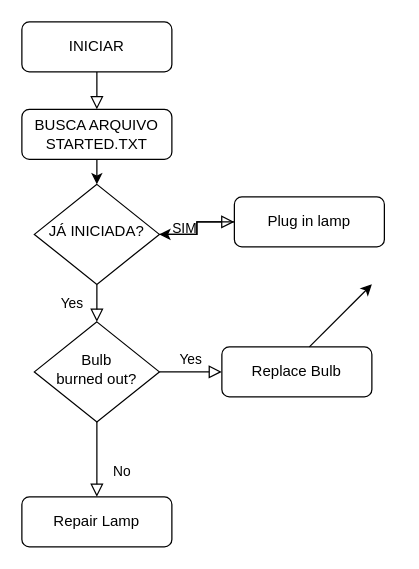
The draw.io diagram fluxograma.drawio in mvrinaldi/fermentador, before the edit. Source tidied: cells renumbered, new cells numbered last; positions are measured from the earlier drawing's top-left corner, leaving out a move shared by most shapes. Both pictures are drawn from the tidied source at 125%, with x=0, y=0 at pixel (21, 21).
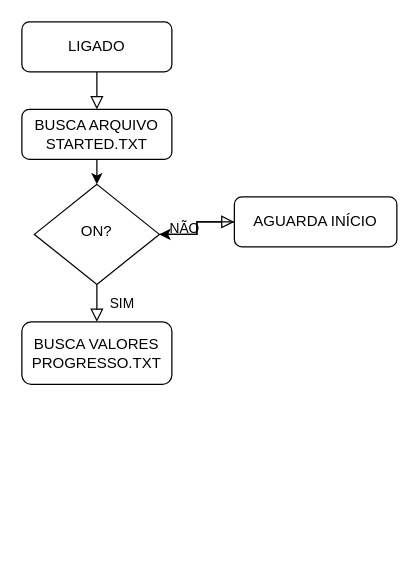
After the change.

Change to the diagram source:
```diff
@@
 <mxGraphModel>
   <root>
     <mxCell id="0" />
     <mxCell id="1" parent="0" />
     <mxCell id="2" style="rounded=0;html=1;jettySize=auto;fontSize=11;endArrow=block;endFill=0;endSize=8;strokeWidth=1;shadow=0;labelBackgroundColor=none;edgeStyle=orthogonalEdgeStyle;" parent="1" edge="1" source="3">
       <mxGeometry relative="1" as="geometry">
         <mxPoint x="60" y="70" as="targetPoint" />
       </mxGeometry>
     </mxCell>
-    <mxCell id="3" value="INICIAR" style="rounded=1;whiteSpace=wrap;html=1;fontSize=12;glass=0;strokeWidth=1;shadow=0;" parent="1" vertex="1">
+    <mxCell id="3" value="LIGADO" style="rounded=1;whiteSpace=wrap;html=1;fontSize=12;glass=0;strokeWidth=1;shadow=0;" parent="1" vertex="1">
       <mxGeometry width="120" height="40" as="geometry" />
     </mxCell>
-    <mxCell id="4" value="Yes" style="rounded=0;html=1;jettySize=auto;fontSize=11;endArrow=block;endFill=0;endSize=8;strokeWidth=1;shadow=0;labelBackgroundColor=none;edgeStyle=orthogonalEdgeStyle;" parent="1" edge="1" source="6" target="11">
-      <mxGeometry y="20" relative="1" as="geometry" />
+    <mxCell id="4" value="SIM" style="rounded=0;html=1;jettySize=auto;fontSize=11;endArrow=block;endFill=0;endSize=8;strokeWidth=1;shadow=0;labelBackgroundColor=none;edgeStyle=orthogonalEdgeStyle;" parent="1" edge="1" source="6">
+      <mxGeometry y="20" relative="1" as="geometry">
+        <mxPoint x="60" y="240" as="targetPoint" />
+      </mxGeometry>
     </mxCell>
-    <mxCell id="5" value="SIM" style="edgeStyle=orthogonalEdgeStyle;rounded=0;html=1;jettySize=auto;fontSize=11;endArrow=block;endFill=0;endSize=8;strokeWidth=1;shadow=0;labelBackgroundColor=none;" parent="1" edge="1" source="6" target="8">
+    <mxCell id="5" value="NÃO" style="edgeStyle=orthogonalEdgeStyle;rounded=0;html=1;jettySize=auto;fontSize=11;endArrow=block;endFill=0;endSize=8;strokeWidth=1;shadow=0;labelBackgroundColor=none;" parent="1" edge="1" source="6" target="8">
       <mxGeometry x="-0.43" y="5" relative="1" as="geometry" />
     </mxCell>
-    <mxCell id="6" value="JÁ INICIADA?" style="rhombus;whiteSpace=wrap;html=1;shadow=0;fontFamily=Helvetica;fontSize=12;align=center;strokeWidth=1;spacing=6;spacingTop=-4;" parent="1" vertex="1">
+    <mxCell id="6" value="ON?" style="rhombus;whiteSpace=wrap;html=1;shadow=0;fontFamily=Helvetica;fontSize=12;align=center;strokeWidth=1;spacing=6;spacingTop=-4;" parent="1" vertex="1">
       <mxGeometry x="10" y="130" width="100" height="80" as="geometry" />
     </mxCell>
     <mxCell id="7" style="edgeStyle=orthogonalEdgeStyle;rounded=0;jettySize=auto;html=1;" parent="1" edge="1" source="8" target="6">
       <mxGeometry relative="1" as="geometry" />
     </mxCell>
-    <mxCell id="8" value="Plug in lamp" style="rounded=1;whiteSpace=wrap;html=1;fontSize=12;glass=0;strokeWidth=1;shadow=0;" parent="1" vertex="1">
-      <mxGeometry x="170" y="140" width="120" height="40" as="geometry" />
+    <mxCell id="8" value="AGUARDA INÍCIO" style="rounded=1;whiteSpace=wrap;html=1;fontSize=12;glass=0;strokeWidth=1;shadow=0;" parent="1" vertex="1">
+      <mxGeometry x="170" y="140" width="130" height="40" as="geometry" />
     </mxCell>
-    <mxCell id="9" value="No" style="rounded=0;html=1;jettySize=auto;fontSize=11;endArrow=block;endFill=0;endSize=8;strokeWidth=1;shadow=0;labelBackgroundColor=none;edgeStyle=orthogonalEdgeStyle;" parent="1" edge="1" source="11" target="12">
-      <mxGeometry x="0.33" y="20" relative="1" as="geometry" />
-    </mxCell>
-    <mxCell id="10" value="Yes" style="edgeStyle=orthogonalEdgeStyle;rounded=0;html=1;jettySize=auto;fontSize=11;endArrow=block;endFill=0;endSize=8;strokeWidth=1;shadow=0;labelBackgroundColor=none;" parent="1" edge="1" source="11" target="13">
-      <mxGeometry y="10" relative="1" as="geometry" />
-    </mxCell>
-    <mxCell id="11" value="Bulb&lt;br&gt;burned out?" style="rhombus;whiteSpace=wrap;html=1;shadow=0;fontFamily=Helvetica;fontSize=12;align=center;strokeWidth=1;spacing=6;spacingTop=-4;" parent="1" vertex="1">
-      <mxGeometry x="10" y="240" width="100" height="80" as="geometry" />
-    </mxCell>
-    <mxCell id="12" value="Repair Lamp" style="rounded=1;whiteSpace=wrap;html=1;fontSize=12;glass=0;strokeWidth=1;shadow=0;" parent="1" vertex="1">
-      <mxGeometry y="380" width="120" height="40" as="geometry" />
-    </mxCell>
-    <mxCell id="13" value="Replace Bulb" style="rounded=1;whiteSpace=wrap;html=1;fontSize=12;glass=0;strokeWidth=1;shadow=0;" parent="1" vertex="1">
-      <mxGeometry x="160" y="260" width="120" height="40" as="geometry" />
-    </mxCell>
     <mxCell id="14" style="edgeStyle=orthogonalEdgeStyle;rounded=0;jettySize=auto;html=1;exitX=0.5;exitY=1;exitDx=0;exitDy=0;entryX=0.5;entryY=0;entryDx=0;entryDy=0;" parent="1" edge="1" source="15" target="6">
       <mxGeometry relative="1" as="geometry" />
     </mxCell>
     <mxCell id="15" value="BUSCA ARQUIVO STARTED.TXT" style="rounded=1;whiteSpace=wrap;html=1;" parent="1" vertex="1">
       <mxGeometry y="70" width="120" height="40" as="geometry" />
     </mxCell>
-    <mxCell id="16" style="endArrow=classic;html=1;rounded=0;" parent="1" edge="1">
-      <mxGeometry relative="1" as="geometry">
-        <mxPoint x="230" y="260" as="sourcePoint" />
-        <mxPoint x="280" y="210" as="targetPoint" />
-      </mxGeometry>
-    </mxCell>
+    <mxCell id="17" value="BUSCA VALORES PROGRESSO.TXT" style="rounded=1;whiteSpace=wrap;html=1;" parent="1" vertex="1">
+      <mxGeometry y="240" width="120" height="50" as="geometry" />
+    </mxCell>
   </root>
 </mxGraphModel>
```
